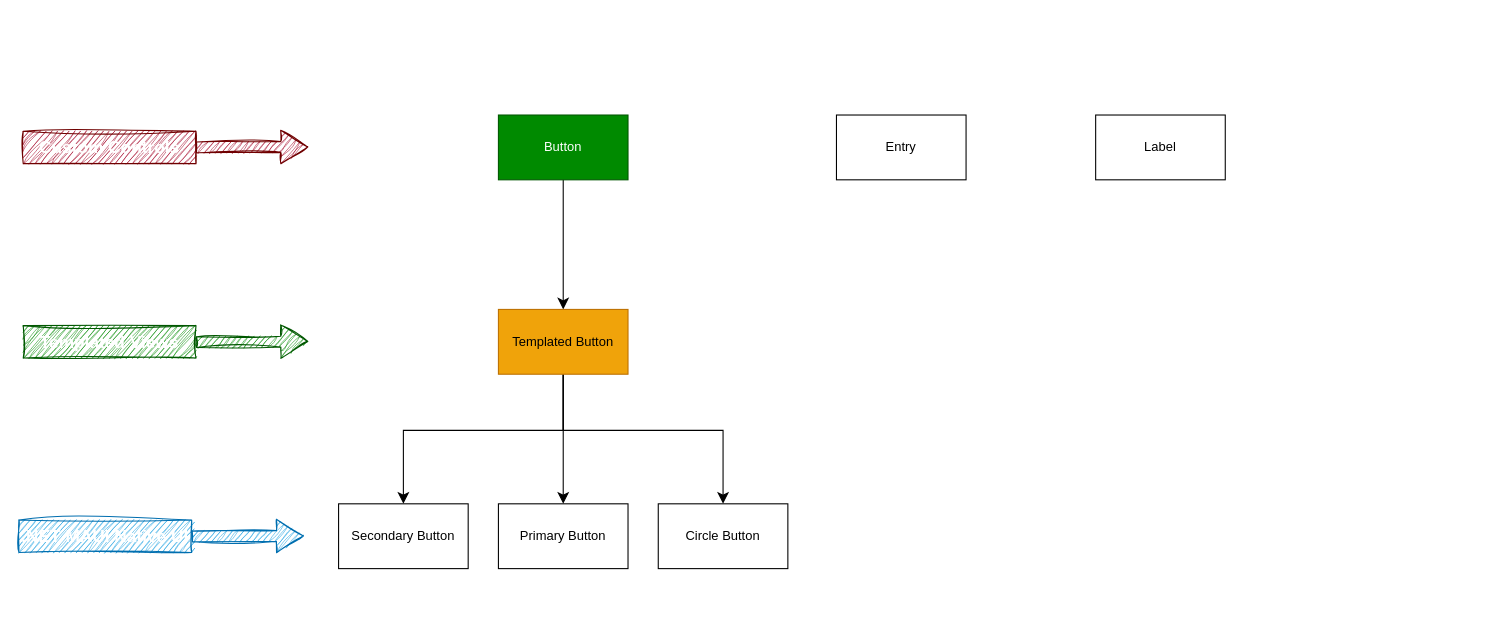
mohielamin/SLO.MobileApp keeps this draw.io diagram as page "High-Level Design" (1 of 3) of docs/designs/Controls/SLO.MobileApp.Controls.drawio. Above is the earlier version. Source tidied: cells renumbered, new cells numbered last; positions are measured from the earlier drawing's top-left corner, leaving out a move shared by most shapes. Both pictures are drawn from the tidied source at 108%, with x=0, y=0 at pixel (18, 114).
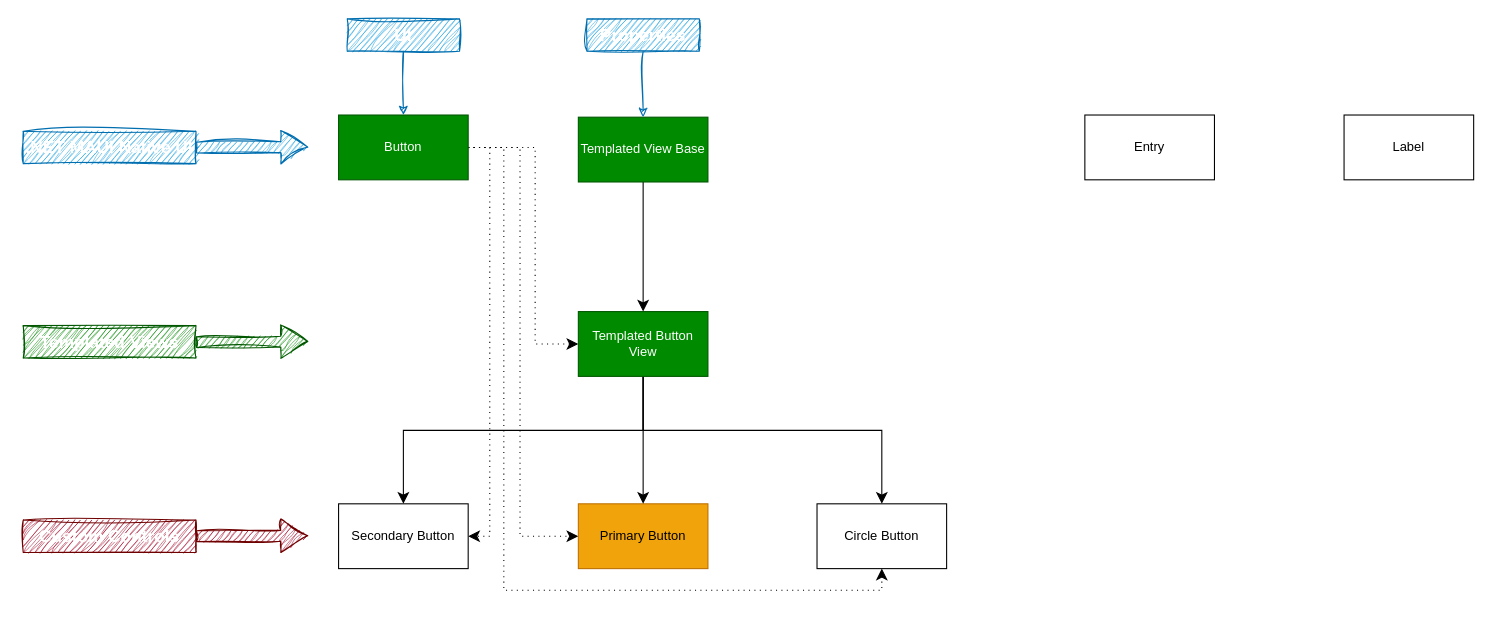
The same page after the edit.

Commit message:
DESIGN: Fix Componets Hierarchy

The change refers to these unchanged cells:
```xml
<mxCell id="12" value="Secondary Button" style="rounded=0;whiteSpace=wrap;html=1;" parent="1" vertex="1">
  <mxGeometry x="296" y="360" width="120" height="60" as="geometry" />
</mxCell>
```

The edit, as a diff of the source:
```diff
@@
     <mxCell id="2" value=".NET MAUI Native UI" style="text;html=1;whiteSpace=wrap;strokeColor=#006EAF;fillColor=#1ba1e2;align=center;verticalAlign=middle;rounded=0;fontSize=16;fontFamily=Helvetica;fontColor=#ffffff;labelBackgroundColor=none;sketch=1;curveFitting=1;jiggle=2;fontStyle=1;" parent="1" vertex="1">
-      <mxGeometry y="375" width="160" height="30" as="geometry" />
+      <mxGeometry x="4" y="15" width="160" height="30" as="geometry" />
     </mxCell>
+    <mxCell id="19" style="shape=flexArrow;endArrow=classic;html=1;rounded=0;strokeColor=#006EAF;align=center;verticalAlign=middle;fontFamily=Helvetica;fontSize=12;fontColor=default;labelBackgroundColor=default;startSize=8;endSize=8;exitX=1;exitY=0.5;exitDx=0;exitDy=0;fillColor=#1ba1e2;sketch=1;curveFitting=1;jiggle=2;" parent="1" edge="1">
+      <mxGeometry relative="1" as="geometry">
+        <mxPoint x="164" y="30.2" as="sourcePoint" />
+        <mxPoint x="268" y="29.7" as="targetPoint" />
+      </mxGeometry>
+    </mxCell>
+    <mxCell id="4" value="Custom Controls" style="text;html=1;whiteSpace=wrap;strokeColor=#6F0000;fillColor=#a20025;align=center;verticalAlign=middle;rounded=0;fontSize=16;fontFamily=Helvetica;fontColor=#ffffff;labelBackgroundColor=none;fontStyle=1;sketch=1;curveFitting=1;jiggle=2;" parent="1" vertex="1">
+      <mxGeometry x="4" y="375" width="160" height="30" as="geometry" />
+    </mxCell>
+    <mxCell id="20" style="shape=flexArrow;endArrow=classic;html=1;rounded=0;strokeColor=#6F0000;align=center;verticalAlign=middle;fontFamily=Helvetica;fontSize=12;fontColor=default;labelBackgroundColor=default;startSize=8;endSize=8;exitX=1;exitY=0.5;exitDx=0;exitDy=0;fillColor=#a20025;sketch=1;curveFitting=1;jiggle=2;" parent="1" edge="1" source="4">
+      <mxGeometry relative="1" as="geometry">
+        <mxPoint x="268" y="389.5" as="targetPoint" />
+      </mxGeometry>
+    </mxCell>
@@
-    <mxCell id="4" value="Custom Controls" style="text;html=1;whiteSpace=wrap;strokeColor=#6F0000;fillColor=#a20025;align=center;verticalAlign=middle;rounded=0;fontSize=16;fontFamily=Helvetica;fontColor=#ffffff;labelBackgroundColor=none;fontStyle=1;sketch=1;curveFitting=1;jiggle=2;" parent="1" vertex="1">
-      <mxGeometry x="4" y="15" width="160" height="30" as="geometry" />
-    </mxCell>
+    <mxCell id="21" style="edgeStyle=orthogonalEdgeStyle;shape=connector;rounded=0;jettySize=auto;html=1;entryX=1;entryY=0.5;entryDx=0;entryDy=0;strokeColor=default;align=center;verticalAlign=middle;fontFamily=Helvetica;fontSize=12;fontColor=default;labelBackgroundColor=default;startSize=8;endArrow=classic;endSize=8;dashed=1;dashPattern=1 4;" parent="1" edge="1" source="6" target="12">
+      <mxGeometry relative="1" as="geometry">
+        <Array as="points">
+          <mxPoint x="436" y="30" />
+          <mxPoint x="436" y="390" />
+        </Array>
+      </mxGeometry>
+    </mxCell>
+    <mxCell id="22" style="edgeStyle=orthogonalEdgeStyle;shape=connector;rounded=0;jettySize=auto;html=1;entryX=0;entryY=0.5;entryDx=0;entryDy=0;strokeColor=default;align=center;verticalAlign=middle;fontFamily=Helvetica;fontSize=12;fontColor=default;labelBackgroundColor=default;startSize=8;endArrow=classic;endSize=8;dashed=1;dashPattern=1 4;" parent="1" edge="1" source="6" target="7">
+      <mxGeometry relative="1" as="geometry">
+        <Array as="points">
+          <mxPoint x="464" y="30" />
+          <mxPoint x="464" y="390" />
+        </Array>
+      </mxGeometry>
+    </mxCell>
+    <mxCell id="23" style="edgeStyle=orthogonalEdgeStyle;shape=connector;rounded=0;jettySize=auto;html=1;entryX=0.5;entryY=1;entryDx=0;entryDy=0;strokeColor=default;align=center;verticalAlign=middle;fontFamily=Helvetica;fontSize=12;fontColor=default;labelBackgroundColor=default;startSize=8;endArrow=classic;endSize=8;dashed=1;dashPattern=1 4;" parent="1" edge="1" source="6" target="15">
+      <mxGeometry relative="1" as="geometry">
+        <Array as="points">
+          <mxPoint x="449" y="30" />
+          <mxPoint x="449" y="440" />
+          <mxPoint x="799" y="440" />
+        </Array>
+      </mxGeometry>
+    </mxCell>
-    <mxCell id="5" style="edgeStyle=orthogonalEdgeStyle;shape=connector;rounded=0;jettySize=auto;html=1;strokeColor=default;align=center;verticalAlign=middle;fontFamily=Helvetica;fontSize=12;fontColor=default;labelBackgroundColor=default;startSize=8;endArrow=classic;endSize=8;" parent="1" edge="1" source="6" target="11">
-      <mxGeometry relative="1" as="geometry" />
+    <mxCell id="5" style="edgeStyle=orthogonalEdgeStyle;shape=connector;rounded=0;jettySize=auto;html=1;entryX=0;entryY=0.5;entryDx=0;entryDy=0;strokeColor=default;align=center;verticalAlign=middle;fontFamily=Helvetica;fontSize=12;fontColor=default;labelBackgroundColor=default;startSize=8;endArrow=classic;endSize=8;dashed=1;dashPattern=1 4;" parent="1" edge="1" source="6" target="11">
+      <mxGeometry relative="1" as="geometry">
+        <Array as="points">
+          <mxPoint x="478" y="30" />
+          <mxPoint x="478" y="212" />
+        </Array>
+      </mxGeometry>
     </mxCell>
     <mxCell id="6" value="Button" style="rounded=0;whiteSpace=wrap;html=1;fillColor=#008a00;fontColor=#ffffff;strokeColor=#005700;" parent="1" vertex="1">
-      <mxGeometry x="444" width="120" height="60" as="geometry" />
+      <mxGeometry x="296" width="120" height="60" as="geometry" />
     </mxCell>
-    <mxCell id="7" value="Primary Button" style="rounded=0;whiteSpace=wrap;html=1;" parent="1" vertex="1">
-      <mxGeometry x="444" y="360" width="120" height="60" as="geometry" />
+    <mxCell id="7" value="Primary Button" style="rounded=0;whiteSpace=wrap;html=1;fillColor=#f0a30a;fontColor=#000000;strokeColor=#BD7000;" parent="1" vertex="1">
+      <mxGeometry x="518" y="360" width="120" height="60" as="geometry" />
     </mxCell>
@@
     <mxCell id="9" style="edgeStyle=orthogonalEdgeStyle;shape=connector;rounded=0;jettySize=auto;html=1;strokeColor=default;align=center;verticalAlign=middle;fontFamily=Helvetica;fontSize=12;fontColor=default;labelBackgroundColor=default;startSize=8;endArrow=classic;endSize=8;" parent="1" edge="1" source="11" target="12">
       <mxGeometry relative="1" as="geometry">
         <Array as="points">
-          <mxPoint x="504" y="292" />
+          <mxPoint x="578" y="292" />
           <mxPoint x="356" y="292" />
         </Array>
       </mxGeometry>
     </mxCell>
     <mxCell id="10" style="edgeStyle=orthogonalEdgeStyle;shape=connector;rounded=0;jettySize=auto;html=1;strokeColor=default;align=center;verticalAlign=middle;fontFamily=Helvetica;fontSize=12;fontColor=default;labelBackgroundColor=default;startSize=8;endArrow=classic;endSize=8;" parent="1" edge="1" source="11" target="15">
       <mxGeometry relative="1" as="geometry">
         <Array as="points">
-          <mxPoint x="504" y="292" />
-          <mxPoint x="652" y="292" />
+          <mxPoint x="578" y="292" />
+          <mxPoint x="799" y="292" />
         </Array>
       </mxGeometry>
     </mxCell>
-    <mxCell id="11" value="Templated Button" style="rounded=0;whiteSpace=wrap;html=1;fillColor=#f0a30a;fontColor=#000000;strokeColor=#BD7000;" parent="1" vertex="1">
-      <mxGeometry x="444" y="180" width="120" height="60" as="geometry" />
+    <mxCell id="11" value="Templated Button View" style="rounded=0;whiteSpace=wrap;html=1;fillColor=#008a00;fontColor=#ffffff;strokeColor=#005700;" parent="1" vertex="1">
+      <mxGeometry x="518" y="182" width="120" height="60" as="geometry" />
     </mxCell>
@@
     <mxCell id="13" value="Entry" style="rounded=0;whiteSpace=wrap;html=1;" parent="1" vertex="1">
-      <mxGeometry x="757" width="120" height="60" as="geometry" />
+      <mxGeometry x="987" width="120" height="60" as="geometry" />
     </mxCell>
     <mxCell id="14" value="Label" style="rounded=0;whiteSpace=wrap;html=1;" parent="1" vertex="1">
-      <mxGeometry x="997" width="120" height="60" as="geometry" />
+      <mxGeometry x="1227" width="120" height="60" as="geometry" />
     </mxCell>
     <mxCell id="15" value="Circle Button" style="whiteSpace=wrap;html=1;rounded=0;" parent="1" vertex="1">
-      <mxGeometry x="592" y="360" width="120" height="60" as="geometry" />
+      <mxGeometry x="739" y="360" width="120" height="60" as="geometry" />
     </mxCell>
-    <mxCell id="16" style="shape=flexArrow;endArrow=classic;html=1;rounded=0;strokeColor=#6F0000;align=center;verticalAlign=middle;fontFamily=Helvetica;fontSize=12;fontColor=default;labelBackgroundColor=default;startSize=8;endSize=8;exitX=1;exitY=0.5;exitDx=0;exitDy=0;fillColor=#a20025;sketch=1;curveFitting=1;jiggle=2;" parent="1" edge="1" source="4">
-      <mxGeometry relative="1" as="geometry">
-        <mxPoint x="268" y="29.5" as="targetPoint" />
-      </mxGeometry>
-    </mxCell>
@@
-    <mxCell id="18" style="shape=flexArrow;endArrow=classic;html=1;rounded=0;strokeColor=#006EAF;align=center;verticalAlign=middle;fontFamily=Helvetica;fontSize=12;fontColor=default;labelBackgroundColor=default;startSize=8;endSize=8;exitX=1;exitY=0.5;exitDx=0;exitDy=0;fillColor=#1ba1e2;sketch=1;curveFitting=1;jiggle=2;" parent="1" edge="1">
-      <mxGeometry relative="1" as="geometry">
-        <mxPoint x="160" y="390.2" as="sourcePoint" />
-        <mxPoint x="264" y="389.7" as="targetPoint" />
-      </mxGeometry>
-    </mxCell>
+    <mxCell id="24" style="edgeStyle=orthogonalEdgeStyle;rounded=0;jettySize=auto;html=1;entryX=0.5;entryY=0;entryDx=0;entryDy=0;fontSize=12;startSize=8;endSize=8;" parent="1" edge="1" source="25" target="11">
+      <mxGeometry relative="1" as="geometry" />
+    </mxCell>
+    <mxCell id="25" value="Templated View Base" style="rounded=0;whiteSpace=wrap;html=1;fillColor=#008a00;fontColor=#ffffff;strokeColor=#005700;" parent="1" vertex="1">
+      <mxGeometry x="518" y="2" width="120" height="60" as="geometry" />
+    </mxCell>
+    <mxCell id="26" style="shape=connector;rounded=0;jettySize=auto;html=1;strokeColor=#006EAF;align=center;verticalAlign=middle;fontFamily=Helvetica;fontSize=16;fontColor=#ffffff;labelBackgroundColor=none;sketch=1;jiggle=2;curveFitting=1;fontStyle=1;fillColor=#1ba1e2;gradientColor=none;" parent="1" edge="1" source="27" target="25">
+      <mxGeometry relative="1" as="geometry" />
+    </mxCell>
+    <mxCell id="27" value="Properties" style="text;html=1;whiteSpace=wrap;strokeColor=#006EAF;fillColor=#1ba1e2;align=center;verticalAlign=middle;rounded=0;fontSize=16;fontFamily=Helvetica;fontColor=#ffffff;labelBackgroundColor=none;sketch=1;curveFitting=1;jiggle=2;fontStyle=1;" parent="1" vertex="1">
+      <mxGeometry x="526" y="-89" width="104" height="30" as="geometry" />
+    </mxCell>
+    <mxCell id="28" style="shape=connector;rounded=0;jettySize=auto;html=1;strokeColor=#006EAF;align=center;verticalAlign=middle;fontFamily=Helvetica;fontSize=16;fontColor=#ffffff;labelBackgroundColor=none;endArrow=classic;sketch=1;jiggle=2;curveFitting=1;fontStyle=1;fillColor=#1ba1e2;gradientColor=none;" parent="1" edge="1" source="29" target="6">
+      <mxGeometry relative="1" as="geometry" />
+    </mxCell>
+    <mxCell id="29" value="UI" style="text;html=1;whiteSpace=wrap;strokeColor=#006EAF;fillColor=#1ba1e2;align=center;verticalAlign=middle;rounded=0;fontSize=16;fontFamily=Helvetica;fontColor=#ffffff;labelBackgroundColor=none;sketch=1;curveFitting=1;jiggle=2;fontStyle=1;" parent="1" vertex="1">
+      <mxGeometry x="304" y="-89" width="104" height="30" as="geometry" />
+    </mxCell>
```
